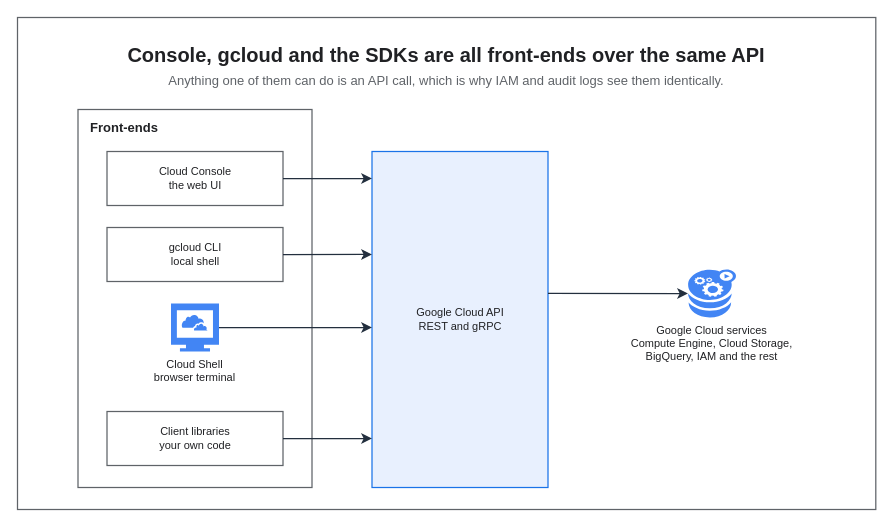
This is assets/img/gcp/gcp-access-stack.drawio from KKamJi98/kkamji98.github.io, a draw.io file, before an edit. Source tidied: cells renumbered, new cells numbered last; positions are measured from the earlier drawing's top-left corner, leaving out a move shared by most shapes. Both pictures are drawn from the tidied source at 100%, with x=0, y=0 at pixel (17, 17).
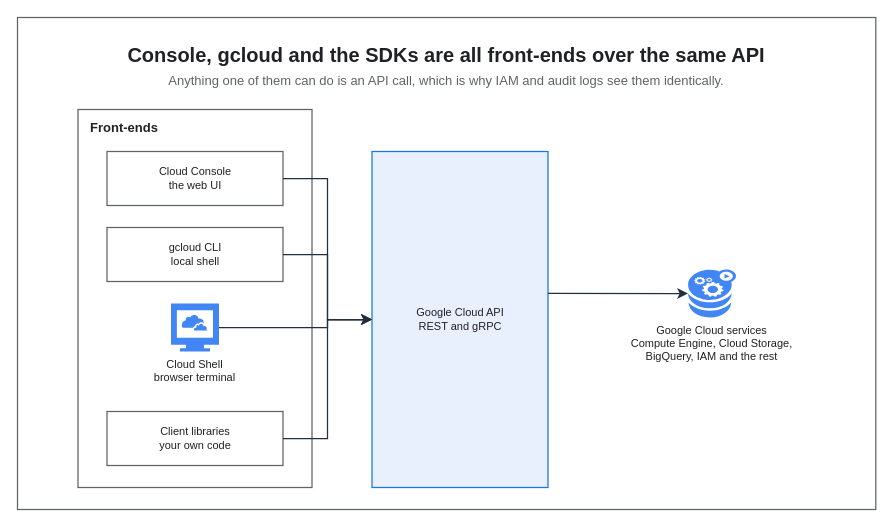
Above is the later version.

Unchanged cells that the change refers to:
```xml
<mxCell id="6" value="Cloud Console&#10;the web UI" style="rounded=0;whiteSpace=wrap;html=0;fillColor=#FFFFFF;strokeColor=#5F6368;fontColor=#202124;fontSize=11;fontStyle=0;align=center;verticalAlign=middle;spacingLeft=6;spacingRight=6;strokeWidth=1.25;" parent="1" vertex="1">
  <mxGeometry x="89.5" y="134" width="176" height="54" as="geometry" />
</mxCell>
<mxCell id="7" value="gcloud CLI&#10;local shell" style="rounded=0;whiteSpace=wrap;html=0;fillColor=#FFFFFF;strokeColor=#5F6368;fontColor=#202124;fontSize=11;fontStyle=0;align=center;verticalAlign=middle;spacingLeft=6;spacingRight=6;strokeWidth=1.25;" parent="1" vertex="1">
  <mxGeometry x="89.5" y="210" width="176" height="54" as="geometry" />
</mxCell>
<mxCell id="8" value="Cloud Shell&#10;browser terminal" style="sketch=0;outlineConnect=0;gradientColor=none;html=0;whiteSpace=nowrap;fontSize=11;fontStyle=0;fontColor=#202124;verticalLabelPosition=bottom;verticalAlign=top;align=center;labelBackgroundColor=none;fillColor=#4285F4;strokeColor=none;dashed=0;shape=mxgraph.gcp2.cloud_computer;" parent="1" vertex="1">
  <mxGeometry x="153.5" y="286" width="48" height="48" as="geometry" />
</mxCell>
<mxCell id="9" value="Client libraries&#10;your own code" style="rounded=0;whiteSpace=wrap;html=0;fillColor=#FFFFFF;strokeColor=#5F6368;fontColor=#202124;fontSize=11;fontStyle=0;align=center;verticalAlign=middle;spacingLeft=6;spacingRight=6;strokeWidth=1.25;" parent="1" vertex="1">
  <mxGeometry x="89.5" y="394" width="176" height="54" as="geometry" />
</mxCell>
<mxCell id="10" value="Google Cloud API&#10;REST and gRPC" style="rounded=0;whiteSpace=wrap;html=0;fillColor=#E8F0FE;strokeColor=#1A73E8;fontColor=#202124;fontSize=11;fontStyle=0;align=center;verticalAlign=middle;spacingLeft=6;spacingRight=6;strokeWidth=1.25;" parent="1" vertex="1">
  <mxGeometry x="354.5" y="134" width="176" height="336" as="geometry" />
</mxCell>
```

Diff of the diagram source:
```diff
@@
-    <mxCell id="12" style="edgeStyle=orthogonalEdgeStyle;rounded=0;html=0;strokeColor=#232F3E;strokeWidth=1.25;endArrow=classic;endFill=1;endSize=7;fontSize=11;fontColor=#202124;labelBackgroundColor=none;jettySize=14;exitX=1;exitY=0.5;entryX=0;entryY=0.0804;exitDx=0;exitDy=0;entryDx=0;entryDy=0;" parent="1" edge="1" source="6" target="10">
-      <mxGeometry relative="1" as="geometry" />
+    <mxCell id="12" style="edgeStyle=orthogonalEdgeStyle;rounded=0;html=0;strokeColor=#232F3E;strokeWidth=1.25;endArrow=classic;endFill=1;endSize=7;fontSize=11;fontColor=#202124;labelBackgroundColor=none;jettySize=14;exitX=1;exitY=0.5;entryX=0;entryY=0.5;exitDx=0;exitDy=0;entryDx=0;entryDy=0;" parent="1" edge="1" source="6" target="10">
+      <mxGeometry relative="1" as="geometry">
+        <Array as="points">
+          <mxPoint x="310" y="161" />
+          <mxPoint x="310" y="302" />
+        </Array>
+      </mxGeometry>
     </mxCell>
-    <mxCell id="13" style="edgeStyle=orthogonalEdgeStyle;rounded=0;html=0;strokeColor=#232F3E;strokeWidth=1.25;endArrow=classic;endFill=1;endSize=7;fontSize=11;fontColor=#202124;labelBackgroundColor=none;jettySize=14;exitX=1;exitY=0.5;entryX=0;entryY=0.3065;exitDx=0;exitDy=0;entryDx=0;entryDy=0;" parent="1" edge="1" source="7" target="10">
-      <mxGeometry relative="1" as="geometry" />
+    <mxCell id="13" style="edgeStyle=orthogonalEdgeStyle;rounded=0;html=0;strokeColor=#232F3E;strokeWidth=1.25;endArrow=classic;endFill=1;endSize=7;fontSize=11;fontColor=#202124;labelBackgroundColor=none;jettySize=14;exitX=1;exitY=0.5;entryX=0;entryY=0.5;exitDx=0;exitDy=0;entryDx=0;entryDy=0;" parent="1" edge="1" source="7" target="10">
+      <mxGeometry relative="1" as="geometry">
+        <Array as="points">
+          <mxPoint x="310" y="237" />
+          <mxPoint x="310" y="302" />
+        </Array>
+      </mxGeometry>
     </mxCell>
-    <mxCell id="14" style="edgeStyle=orthogonalEdgeStyle;rounded=0;html=0;strokeColor=#232F3E;strokeWidth=1.25;endArrow=classic;endFill=1;endSize=7;fontSize=11;fontColor=#202124;labelBackgroundColor=none;jettySize=14;exitX=1;exitY=0.5;entryX=0;entryY=0.5238;exitDx=0;exitDy=0;entryDx=0;entryDy=0;" parent="1" edge="1" source="8" target="10">
-      <mxGeometry relative="1" as="geometry" />
+    <mxCell id="14" style="edgeStyle=orthogonalEdgeStyle;rounded=0;html=0;strokeColor=#232F3E;strokeWidth=1.25;endArrow=classic;endFill=1;endSize=7;fontSize=11;fontColor=#202124;labelBackgroundColor=none;jettySize=14;exitX=1;exitY=0.5;entryX=0;entryY=0.5;exitDx=0;exitDy=0;entryDx=0;entryDy=0;" parent="1" edge="1" source="8" target="10">
+      <mxGeometry relative="1" as="geometry">
+        <Array as="points">
+          <mxPoint x="310" y="310" />
+          <mxPoint x="310" y="302" />
+        </Array>
+      </mxGeometry>
     </mxCell>
-    <mxCell id="15" style="edgeStyle=orthogonalEdgeStyle;rounded=0;html=0;strokeColor=#232F3E;strokeWidth=1.25;endArrow=classic;endFill=1;endSize=7;fontSize=11;fontColor=#202124;labelBackgroundColor=none;jettySize=14;exitX=1;exitY=0.5;entryX=0;entryY=0.8542;exitDx=0;exitDy=0;entryDx=0;entryDy=0;" parent="1" edge="1" source="9" target="10">
-      <mxGeometry relative="1" as="geometry" />
+    <mxCell id="15" style="edgeStyle=orthogonalEdgeStyle;rounded=0;html=0;strokeColor=#232F3E;strokeWidth=1.25;endArrow=classic;endFill=1;endSize=7;fontSize=11;fontColor=#202124;labelBackgroundColor=none;jettySize=14;exitX=1;exitY=0.5;entryX=0;entryY=0.5;exitDx=0;exitDy=0;entryDx=0;entryDy=0;" parent="1" edge="1" source="9" target="10">
+      <mxGeometry relative="1" as="geometry">
+        <Array as="points">
+          <mxPoint x="310" y="421" />
+          <mxPoint x="310" y="302" />
+        </Array>
+      </mxGeometry>
     </mxCell>
```
